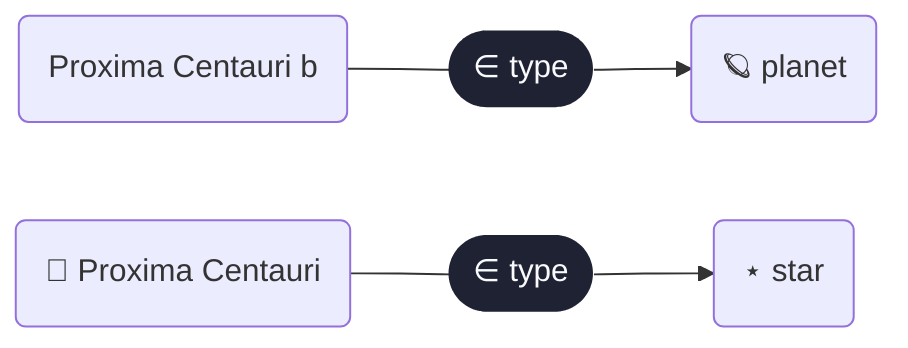
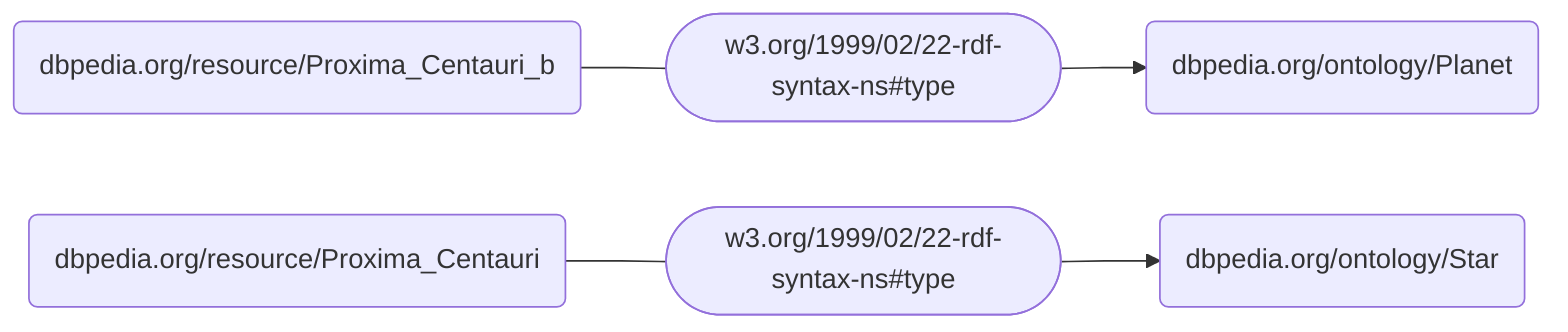
graph LR
-   http___dbpedia_org_resource_Proxima_Centauri_b("Proxima Centauri b")
+   http___dbpedia_org_resource_Proxima_Centauri_b("dbpedia.org/resource/Proxima_Centauri_b")
  click http___dbpedia_org_resource_Proxima_Centauri_b "http://dbpedia.org/resource/Proxima_Centauri_b"
-   http___dbpedia_org_ontology_Planet("🪐 planet")
+   http___dbpedia_org_ontology_Planet("dbpedia.org/ontology/Planet")
  click http___dbpedia_org_ontology_Planet "http://dbpedia.org/ontology/Planet"
-   http___dbpedia_org_resource_Proxima_Centauri("🔴 Proxima Centauri")
+   http___dbpedia_org_resource_Proxima_Centauri("dbpedia.org/resource/Proxima_Centauri")
  click http___dbpedia_org_resource_Proxima_Centauri "http://dbpedia.org/resource/Proxima_Centauri"
-   http___dbpedia_org_ontology_Star("⋆ star")
+   http___dbpedia_org_ontology_Star("dbpedia.org/ontology/Star")
  click http___dbpedia_org_ontology_Star "http://dbpedia.org/ontology/Star"
-   http___dbpedia_org_resource_Proxima_Centauri_b --- Edge_540e00cae247(["∈ type"])--> http___dbpedia_org_ontology_Planet
+   http___dbpedia_org_resource_Proxima_Centauri_b --- Edge_540e00cae247(["w3.org/1999/02/22-rdf-syntax-ns#type"])--> http___dbpedia_org_ontology_Planet
  click Edge_540e00cae247 "http://www.w3.org/1999/02/22-rdf-syntax-ns#type"
-   http___dbpedia_org_resource_Proxima_Centauri --- Edge_79508a7869da(["∈ type"])--> http___dbpedia_org_ontology_Star
+   http___dbpedia_org_resource_Proxima_Centauri --- Edge_79508a7869da(["w3.org/1999/02/22-rdf-syntax-ns#type"])--> http___dbpedia_org_ontology_Star
  click Edge_79508a7869da "http://www.w3.org/1999/02/22-rdf-syntax-ns#type"
  classDef predicate fill:#1f2233,stroke:transparent,color:#f8fafc,stroke-width:0px;
  classDef hidden fill:transparent,stroke:transparent,color:transparent,stroke-width:0px;
  classDef nanopubdot fill:#0f172a,stroke:#0f172a,color:transparent,stroke-width:2px;
  classDef transparent fill:transparent,stroke:transparent,color:transparent,stroke-width:0px;
-   class Edge_540e00cae247,Edge_79508a7869da predicate
+ 
